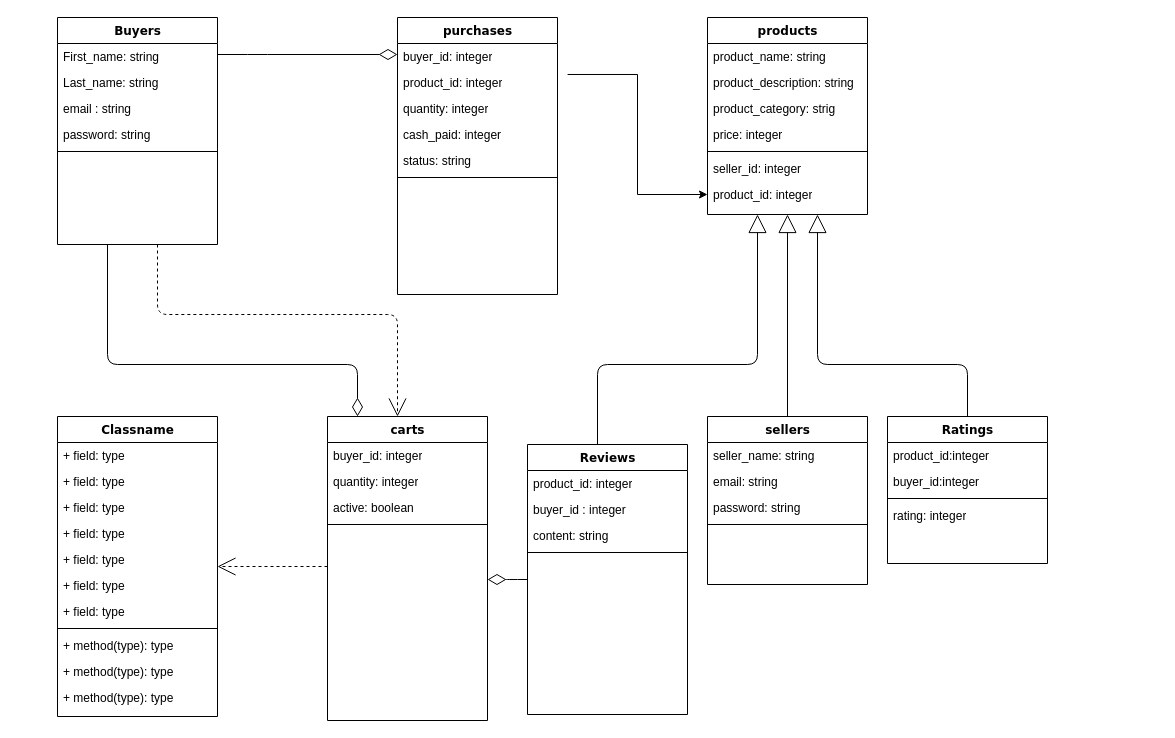
Earlier version of the draw.io diagram Untitled Diagram.drawio (EstherNjuguna/lakemart). Source tidied: cells renumbered, new cells numbered last; positions are measured from the earlier drawing's top-left corner, leaving out a move shared by most shapes. Both pictures are drawn from the tidied source at 100%, with x=0, y=0 at pixel (57, 17).
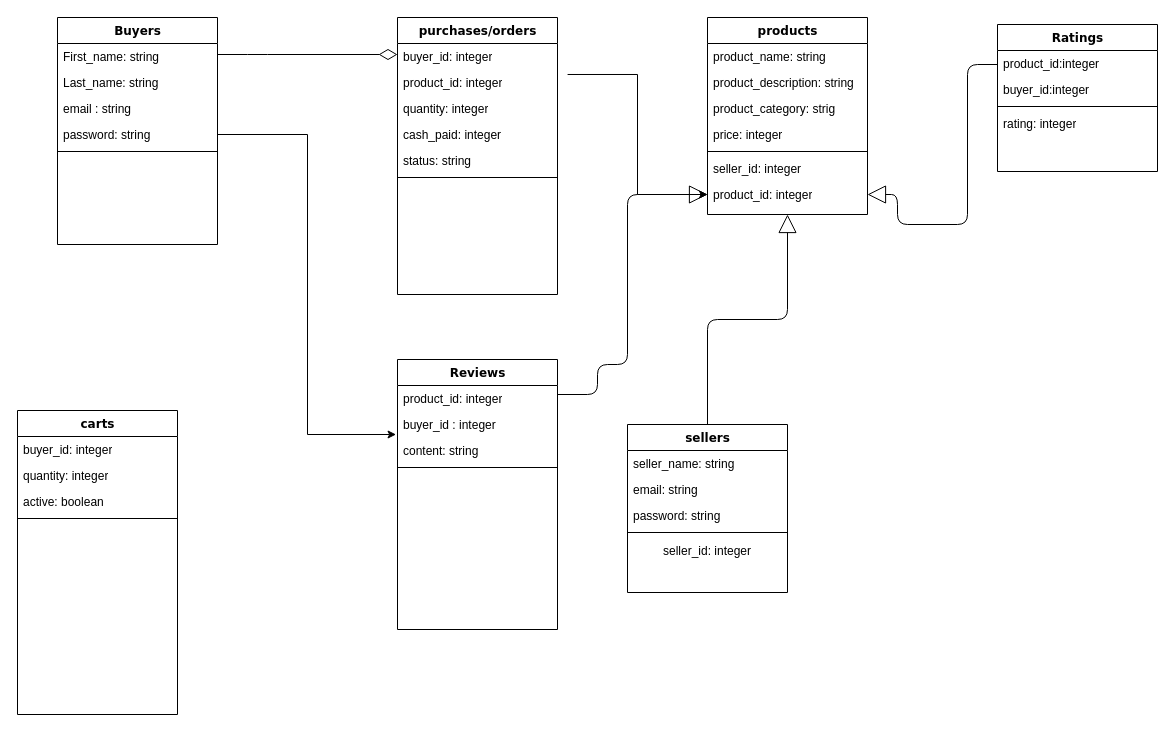
The same page after the edit.

Unchanged cells that the change refers to:
```xml
<mxCell id="4" value="Buyers" style="swimlane;html=1;fontStyle=1;align=center;verticalAlign=top;horizontal=1;startSize=26;swimlaneFillColor=#ffffff;rounded=0;shadow=0;comic=0;labelBackgroundColor=none;strokeWidth=1;fillColor=none;fontFamily=Verdana;fontSize=12;" parent="1" vertex="1">
  <mxGeometry width="160" height="227" as="geometry" />
</mxCell>
<mxCell id="8" value="password: string" style="text;html=1;strokeColor=none;fillColor=none;align=left;verticalAlign=top;spacingLeft=4;spacingRight=4;whiteSpace=wrap;overflow=hidden;points=[[0,0.5],[1,0.5]];portConstraint=eastwest;" parent="4" vertex="1">
  <mxGeometry y="104" width="160" height="26" as="geometry" />
</mxCell>
<mxCell id="17" value="products" style="swimlane;html=1;fontStyle=1;align=center;verticalAlign=top;horizontal=1;startSize=26;swimlaneFillColor=#ffffff;rounded=0;shadow=0;comic=0;labelBackgroundColor=none;strokeWidth=1;fillColor=none;fontFamily=Verdana;fontSize=12;" parent="1" vertex="1">
  <mxGeometry x="650" width="160" height="197" as="geometry" />
</mxCell>
<mxCell id="47" value="buyer_id : integer" style="text;html=1;strokeColor=none;fillColor=none;align=left;verticalAlign=top;spacingLeft=4;spacingRight=4;whiteSpace=wrap;overflow=hidden;points=[[0,0.5],[1,0.5]];portConstraint=eastwest;" parent="45" vertex="1">
  <mxGeometry y="52" width="160" height="26" as="geometry" />
</mxCell>
```

What changed in the source:
```diff
@@
-    <mxCell id="2" style="edgeStyle=orthogonalEdgeStyle;html=1;labelBackgroundColor=none;startFill=0;startSize=8;endArrow=open;endFill=0;endSize=16;fontFamily=Verdana;fontSize=12;dashed=1;" parent="1" edge="1" source="4" target="39">
-      <mxGeometry relative="1" as="geometry">
-        <Array as="points">
-          <mxPoint x="100" y="297" />
-          <mxPoint x="340" y="297" />
-        </Array>
-      </mxGeometry>
-    </mxCell>
-    <mxCell id="3" style="edgeStyle=orthogonalEdgeStyle;html=1;labelBackgroundColor=none;startFill=0;startSize=8;endArrow=diamondThin;endFill=0;endSize=16;fontFamily=Verdana;fontSize=12;" parent="1" edge="1" source="4" target="39">
-      <mxGeometry relative="1" as="geometry">
-        <Array as="points">
-          <mxPoint x="50" y="347" />
-          <mxPoint x="300" y="347" />
-        </Array>
-      </mxGeometry>
-    </mxCell>
@@
-    <mxCell id="10" value="purchases" style="swimlane;html=1;fontStyle=1;align=center;verticalAlign=top;horizontal=1;startSize=26;swimlaneFillColor=#ffffff;rounded=0;shadow=0;comic=0;labelBackgroundColor=none;strokeWidth=1;fillColor=none;fontFamily=Verdana;fontSize=12;" parent="1" vertex="1">
+    <mxCell id="10" value="purchases/orders" style="swimlane;html=1;fontStyle=1;align=center;verticalAlign=top;horizontal=1;startSize=26;swimlaneFillColor=#ffffff;rounded=0;shadow=0;comic=0;labelBackgroundColor=none;strokeWidth=1;fillColor=none;fontFamily=Verdana;fontSize=12;" parent="1" vertex="1">
       <mxGeometry x="340" width="160" height="277" as="geometry" />
     </mxCell>
@@
-    <mxCell id="25" style="edgeStyle=elbowEdgeStyle;html=1;labelBackgroundColor=none;startFill=0;startSize=8;endArrow=open;endFill=0;endSize=16;fontFamily=Verdana;fontSize=12;elbow=vertical;dashed=1;" parent="1" edge="1" source="39" target="26">
-      <mxGeometry relative="1" as="geometry" />
-    </mxCell>
-    <mxCell id="26" value="Classname" style="swimlane;html=1;fontStyle=1;align=center;verticalAlign=top;horizontal=1;startSize=26;swimlaneFillColor=#ffffff;rounded=0;shadow=0;comic=0;labelBackgroundColor=none;strokeWidth=1;fillColor=none;fontFamily=Verdana;fontSize=12;" parent="1" vertex="1">
-      <mxGeometry y="399" width="160" height="300" as="geometry" />
-    </mxCell>
-    <mxCell id="27" value="+ field: type" style="text;html=1;strokeColor=none;fillColor=none;align=left;verticalAlign=top;spacingLeft=4;spacingRight=4;whiteSpace=wrap;overflow=hidden;" parent="26" vertex="1">
-      <mxGeometry y="26" width="160" height="26" as="geometry" />
-    </mxCell>
-    <mxCell id="28" value="+ field: type" style="text;html=1;strokeColor=none;fillColor=none;align=left;verticalAlign=top;spacingLeft=4;spacingRight=4;whiteSpace=wrap;overflow=hidden;" parent="26" vertex="1">
-      <mxGeometry y="52" width="160" height="26" as="geometry" />
-    </mxCell>
-    <mxCell id="29" value="+ field: type" style="text;html=1;strokeColor=none;fillColor=none;align=left;verticalAlign=top;spacingLeft=4;spacingRight=4;whiteSpace=wrap;overflow=hidden;" parent="26" vertex="1">
-      <mxGeometry y="78" width="160" height="26" as="geometry" />
-    </mxCell>
-    <mxCell id="30" value="+ field: type" style="text;html=1;strokeColor=none;fillColor=none;align=left;verticalAlign=top;spacingLeft=4;spacingRight=4;whiteSpace=wrap;overflow=hidden;" parent="26" vertex="1">
-      <mxGeometry y="104" width="160" height="26" as="geometry" />
-    </mxCell>
-    <mxCell id="31" value="+ field: type" style="text;html=1;strokeColor=none;fillColor=none;align=left;verticalAlign=top;spacingLeft=4;spacingRight=4;whiteSpace=wrap;overflow=hidden;" parent="26" vertex="1">
-      <mxGeometry y="130" width="160" height="26" as="geometry" />
-    </mxCell>
-    <mxCell id="32" value="+ field: type" style="text;html=1;strokeColor=none;fillColor=none;align=left;verticalAlign=top;spacingLeft=4;spacingRight=4;whiteSpace=wrap;overflow=hidden;" parent="26" vertex="1">
-      <mxGeometry y="156" width="160" height="26" as="geometry" />
-    </mxCell>
-    <mxCell id="33" value="+ field: type" style="text;html=1;strokeColor=none;fillColor=none;align=left;verticalAlign=top;spacingLeft=4;spacingRight=4;whiteSpace=wrap;overflow=hidden;" parent="26" vertex="1">
-      <mxGeometry y="182" width="160" height="26" as="geometry" />
-    </mxCell>
-    <mxCell id="34" style="line;html=1;strokeWidth=1;fillColor=none;align=left;verticalAlign=middle;spacingTop=-1;spacingLeft=3;spacingRight=3;labelPosition=right;" parent="26" vertex="1">
-      <mxGeometry y="208" width="160" height="8" as="geometry" />
-    </mxCell>
-    <mxCell id="35" value="+ method(type): type" style="text;html=1;strokeColor=none;fillColor=none;align=left;verticalAlign=top;spacingLeft=4;spacingRight=4;whiteSpace=wrap;overflow=hidden;" parent="26" vertex="1">
-      <mxGeometry y="216" width="160" height="26" as="geometry" />
-    </mxCell>
-    <mxCell id="36" value="+ method(type): type" style="text;html=1;strokeColor=none;fillColor=none;align=left;verticalAlign=top;spacingLeft=4;spacingRight=4;whiteSpace=wrap;overflow=hidden;" parent="26" vertex="1">
-      <mxGeometry y="242" width="160" height="26" as="geometry" />
-    </mxCell>
-    <mxCell id="37" value="+ method(type): type" style="text;html=1;strokeColor=none;fillColor=none;align=left;verticalAlign=top;spacingLeft=4;spacingRight=4;whiteSpace=wrap;overflow=hidden;" parent="26" vertex="1">
-      <mxGeometry y="268" width="160" height="26" as="geometry" />
-    </mxCell>
-    <mxCell id="38" style="edgeStyle=elbowEdgeStyle;html=1;labelBackgroundColor=none;startFill=0;startSize=8;endArrow=diamondThin;endFill=0;endSize=16;fontFamily=Verdana;fontSize=12;elbow=vertical;" parent="1" edge="1" source="45" target="39">
-      <mxGeometry relative="1" as="geometry" />
-    </mxCell>
     <mxCell id="39" value="carts" style="swimlane;html=1;fontStyle=1;align=center;verticalAlign=top;horizontal=1;startSize=26;swimlaneFillColor=#ffffff;rounded=0;shadow=0;comic=0;labelBackgroundColor=none;strokeWidth=1;fillColor=none;fontFamily=Verdana;fontSize=12;" parent="1" vertex="1">
-      <mxGeometry x="270" y="399" width="160" height="304" as="geometry" />
+      <mxGeometry x="-40" y="393" width="160" height="304" as="geometry" />
     </mxCell>
@@
     <mxCell id="44" style="edgeStyle=orthogonalEdgeStyle;html=1;labelBackgroundColor=none;startFill=0;startSize=8;endArrow=block;endFill=0;endSize=16;fontFamily=Verdana;fontSize=12;" parent="1" edge="1" source="45" target="17">
       <mxGeometry relative="1" as="geometry">
         <Array as="points">
+          <mxPoint x="540" y="377" />
           <mxPoint x="540" y="347" />
-          <mxPoint x="700" y="347" />
+          <mxPoint x="570" y="347" />
+          <mxPoint x="570" y="177" />
         </Array>
       </mxGeometry>
     </mxCell>
     <mxCell id="45" value="Reviews" style="swimlane;html=1;fontStyle=1;align=center;verticalAlign=top;horizontal=1;startSize=26;swimlaneFillColor=#ffffff;rounded=0;shadow=0;comic=0;labelBackgroundColor=none;strokeWidth=1;fillColor=none;fontFamily=Verdana;fontSize=12;" parent="1" vertex="1">
-      <mxGeometry x="470" y="427" width="160" height="270" as="geometry" />
+      <mxGeometry x="340" y="342" width="160" height="270" as="geometry" />
     </mxCell>
@@
     <mxCell id="51" value="sellers" style="swimlane;html=1;fontStyle=1;align=center;verticalAlign=top;horizontal=1;startSize=26;swimlaneFillColor=#ffffff;rounded=0;shadow=0;comic=0;labelBackgroundColor=none;strokeWidth=1;fillColor=none;fontFamily=Verdana;fontSize=12;" parent="1" vertex="1">
-      <mxGeometry x="650" y="399" width="160" height="168" as="geometry" />
+      <mxGeometry x="570" y="407" width="160" height="168" as="geometry" />
     </mxCell>
@@
+    <mxCell id="64" value="seller_id: integer" style="text;html=1;strokeColor=none;fillColor=none;align=center;verticalAlign=middle;whiteSpace=wrap;rounded=0;" parent="51" vertex="1">
+      <mxGeometry y="112" width="160" height="30" as="geometry" />
+    </mxCell>
     <mxCell id="56" style="edgeStyle=orthogonalEdgeStyle;html=1;labelBackgroundColor=none;startFill=0;startSize=8;endArrow=block;endFill=0;endSize=16;fontFamily=Verdana;fontSize=12;" parent="1" edge="1" source="57" target="17">
       <mxGeometry relative="1" as="geometry">
         <Array as="points">
-          <mxPoint x="910" y="347" />
-          <mxPoint x="760" y="347" />
+          <mxPoint x="910" y="47" />
+          <mxPoint x="910" y="207" />
+          <mxPoint x="840" y="207" />
+          <mxPoint x="840" y="177" />
         </Array>
       </mxGeometry>
     </mxCell>
     <mxCell id="57" value="Ratings" style="swimlane;html=1;fontStyle=1;align=center;verticalAlign=top;horizontal=1;startSize=26;swimlaneFillColor=#ffffff;rounded=0;shadow=0;comic=0;labelBackgroundColor=none;strokeWidth=1;fillColor=none;fontFamily=Verdana;fontSize=12;" parent="1" vertex="1">
-      <mxGeometry x="830" y="399" width="160" height="147" as="geometry" />
+      <mxGeometry x="940" y="7" width="160" height="147" as="geometry" />
     </mxCell>
@@
+    <mxCell id="65" style="edgeStyle=orthogonalEdgeStyle;rounded=0;jettySize=auto;html=1;exitX=1;exitY=0.5;exitDx=0;exitDy=0;entryX=-0.009;entryY=0.885;entryDx=0;entryDy=0;entryPerimeter=0;" parent="1" edge="1" source="8" target="47">
+      <mxGeometry relative="1" as="geometry" />
+    </mxCell>
```
